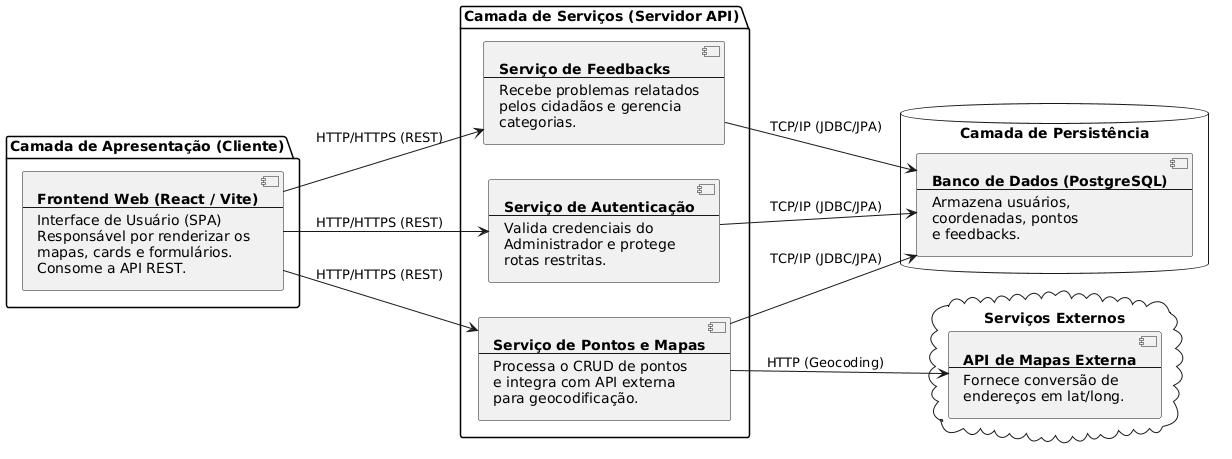
Before: docs/modelagem/diagrama-de-componentes.png, a diagram exported from PlantUML (diovaniMangiajr/projeto-descarte-lixo-eletronico). The source it was exported from:
```plantuml
@startuml
left to right direction
skinparam componentStyle uml2

package "Camada de Apresentação (Cliente)" {
    component FrontApp [
        <b>Frontend Web (React / Vite)</b>
        ---
        Interface de Usuário (SPA)
        Responsável por renderizar os
        mapas, cards e formulários.
        Consome a API REST.
    ]
}

package "Camada de Serviços (Servidor API)" {

    component AuthService [
        <b>Serviço de Autenticação</b>
        ---
        Valida credenciais do
        Administrador e protege
        rotas restritas.
    ]

    component GeoService [
        <b>Serviço de Pontos e Mapas</b>
        ---
        Processa o CRUD de pontos
        e integra com API externa
        para geocodificação.
    ]

    component FeedbackService [
        <b>Serviço de Feedbacks</b>
        ---
        Recebe problemas relatados
        pelos cidadãos e gerencia
        categorias.
    ]
}

database "Camada de Persistência" {
    component DB [
        <b>Banco de Dados (PostgreSQL)</b>
        ---
        Armazena usuários,
        coordenadas, pontos
        e feedbacks.
    ]
}

cloud "Serviços Externos" {
    component ExtMaps [
        <b>API de Mapas Externa</b>
        ---
        Fornece conversão de
        endereços em lat/long.
    ]
}

FrontApp --> AuthService : HTTP/HTTPS (REST)
FrontApp --> GeoService : HTTP/HTTPS (REST)
FrontApp --> FeedbackService : HTTP/HTTPS (REST)

AuthService --> DB : TCP/IP (JDBC/JPA)
GeoService --> DB : TCP/IP (JDBC/JPA)
FeedbackService --> DB : TCP/IP (JDBC/JPA)

GeoService --> ExtMaps : HTTP (Geocoding)
@enduml
```
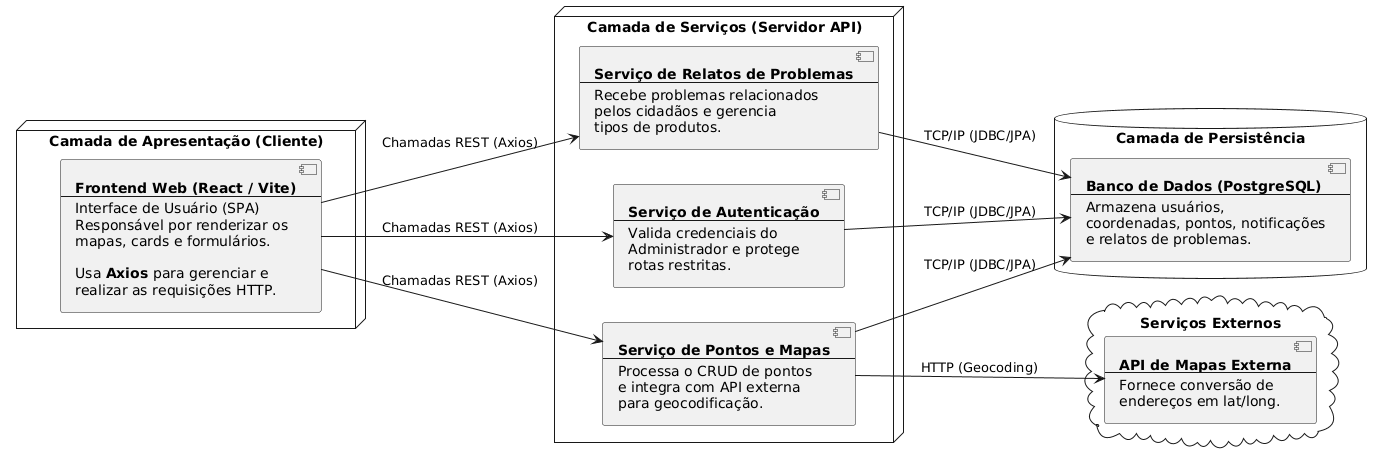
Later version of the same file.

What changed in the source:
```diff
@@ -1,71 +1,69 @@
 @startuml
 left to right direction
-skinparam componentStyle uml2
 
-package "Camada de Apresentação (Cliente)" {
-    component FrontApp [
-        <b>Frontend Web (React / Vite)</b>
-        ---
-        Interface de Usuário (SPA)
-        Responsável por renderizar os
-        mapas, cards e formulários.
-        Consome a API REST.
-    ]
+node "Camada de Apresentação (Cliente)" {
+  component Front [
+    **Frontend Web (React / Vite)**
+    ---
+    Interface de Usuário (SPA)
+    Responsável por renderizar os
+    mapas, cards e formulários.
+
+    Usa **Axios** para gerenciar e
+    realizar as requisições HTTP.
+  ]
 }
 
-package "Camada de Serviços (Servidor API)" {
-
-    component AuthService [
-        <b>Serviço de Autenticação</b>
-        ---
-        Valida credenciais do
-        Administrador e protege
-        rotas restritas.
-    ]
-
-    component GeoService [
-        <b>Serviço de Pontos e Mapas</b>
-        ---
-        Processa o CRUD de pontos
-        e integra com API externa
-        para geocodificação.
-    ]
-
-    component FeedbackService [
-        <b>Serviço de Feedbacks</b>
-        ---
-        Recebe problemas relatados
-        pelos cidadãos e gerencia
-        categorias.
-    ]
+node "Camada de Serviços (Servidor API)" {
+  component ServFeedback [
+    **Serviço de Relatos de Problemas**
+    ---
+    Recebe problemas relacionados
+    pelos cidadãos e gerencia
+    tipos de produtos.
+  ]
+  component ServAuth [
+    **Serviço de Autenticação**
+    ---
+    Valida credenciais do
+    Administrador e protege
+    rotas restritas.
+  ]
+  component ServPontos [
+    **Serviço de Pontos e Mapas**
+    ---
+    Processa o CRUD de pontos
+    e integra com API externa
+    para geocodificação.
+  ]
 }
 
 database "Camada de Persistência" {
-    component DB [
-        <b>Banco de Dados (PostgreSQL)</b>
-        ---
-        Armazena usuários,
-        coordenadas, pontos
-        e feedbacks.
-    ]
+  component DB [
+    **Banco de Dados (PostgreSQL)**
+    ---
+    Armazena usuários,
+    coordenadas, pontos, notificações
+    e relatos de problemas.
+  ]
 }
 
 cloud "Serviços Externos" {
-    component ExtMaps [
-        <b>API de Mapas Externa</b>
-        ---
-        Fornece conversão de
-        endereços em lat/long.
-    ]
+  component APIMapas [
+    **API de Mapas Externa**
+    ---
+    Fornece conversão de
+    endereços em lat/long.
+  ]
 }
 
-FrontApp --> AuthService : HTTP/HTTPS (REST)
-FrontApp --> GeoService : HTTP/HTTPS (REST)
-FrontApp --> FeedbackService : HTTP/HTTPS (REST)
+Front --> ServFeedback : Chamadas REST (Axios)
+Front --> ServAuth : Chamadas REST (Axios)
+Front --> ServPontos : Chamadas REST (Axios)
 
-AuthService --> DB : TCP/IP (JDBC/JPA)
-GeoService --> DB : TCP/IP (JDBC/JPA)
-FeedbackService --> DB : TCP/IP (JDBC/JPA)
+ServFeedback --> DB : TCP/IP (JDBC/JPA)
+ServAuth --> DB : TCP/IP (JDBC/JPA)
+ServPontos --> DB : TCP/IP (JDBC/JPA)
 
-GeoService --> ExtMaps : HTTP (Geocoding)
+ServPontos --> APIMapas : HTTP (Geocoding)
 @enduml
```
